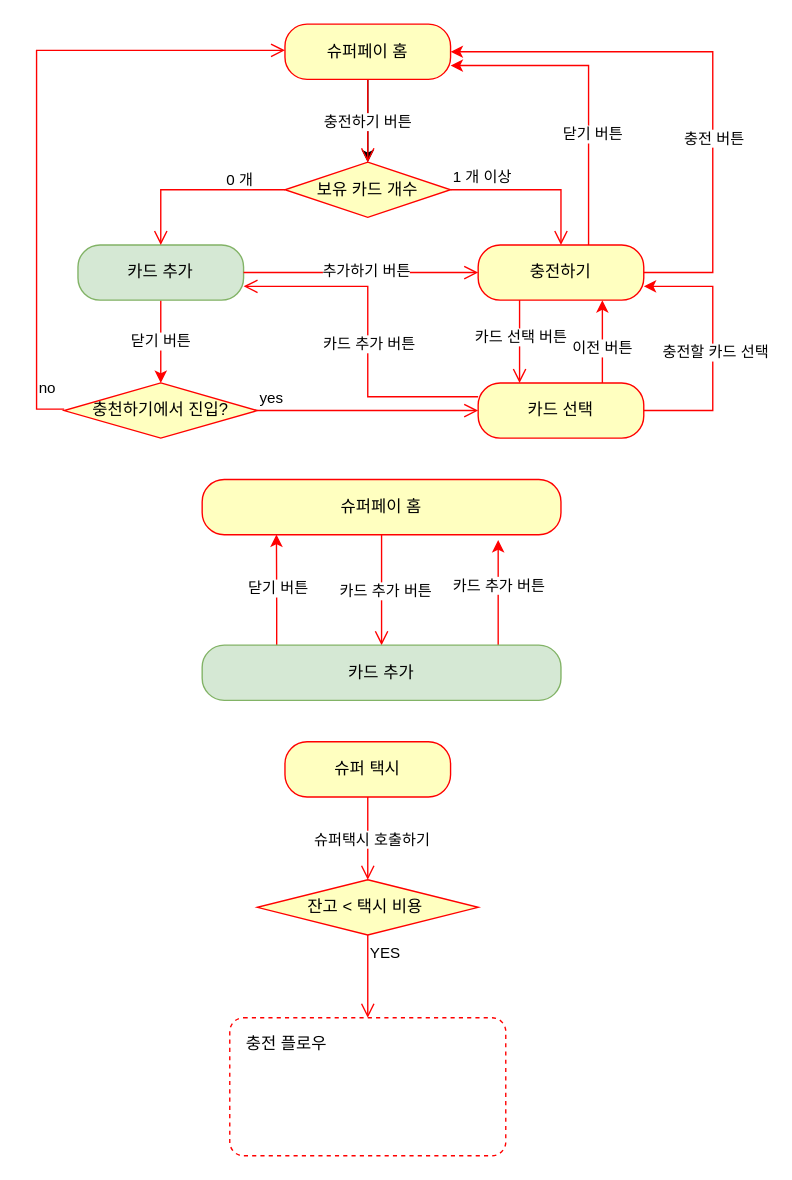
Before: page "충전플로우 - Topup RIB" (2 of 4) of SuperAppRIBTree.drawio in gookhee/diagrams, a draw.io diagram. Source tidied: cells renumbered, new cells numbered last; positions are measured from the earlier drawing's top-left corner, leaving out a move shared by most shapes. Both pictures are drawn from the tidied source at 138%, with x=0, y=0 at pixel (36, 23).
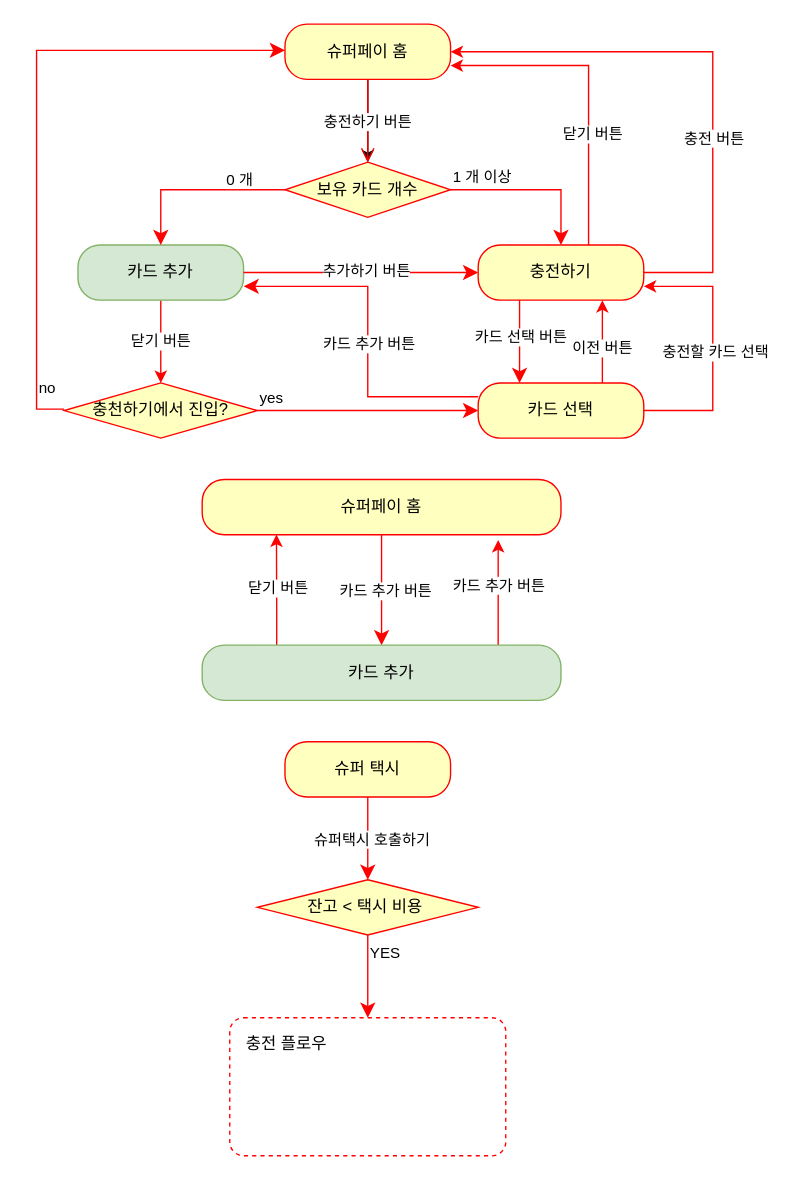
Above is the later version.

Unchanged cells that the change refers to:
```xml
<mxCell id="7" value="카드 추가" style="rounded=1;whiteSpace=wrap;html=1;arcSize=40;fillColor=#d5e8d4;strokeColor=#82b366;" parent="1" vertex="1">
  <mxGeometry x="30" y="160" width="120" height="40" as="geometry" />
</mxCell>
<mxCell id="14" value="충전하기" style="rounded=1;whiteSpace=wrap;html=1;arcSize=40;fontColor=#000000;fillColor=#ffffc0;strokeColor=#ff0000;" parent="1" vertex="1">
  <mxGeometry x="320" y="160" width="120" height="40" as="geometry" />
</mxCell>
<mxCell id="17" value="보유 카드 개수" style="rhombus;whiteSpace=wrap;html=1;fillColor=#ffffc0;strokeColor=#ff0000;" parent="1" vertex="1">
  <mxGeometry x="180" y="100" width="120" height="40" as="geometry" />
</mxCell>
<mxCell id="24" value="카드 선택" style="rounded=1;whiteSpace=wrap;html=1;arcSize=40;fontColor=#000000;fillColor=#ffffc0;strokeColor=#ff0000;" parent="1" vertex="1">
  <mxGeometry x="320" y="260" width="120" height="40" as="geometry" />
</mxCell>
<mxCell id="27" value="충천하기에서 진입?" style="rhombus;whiteSpace=wrap;html=1;fillColor=#ffffc0;strokeColor=#ff0000;" parent="1" vertex="1">
  <mxGeometry x="20" y="260" width="140" height="40" as="geometry" />
</mxCell>
<mxCell id="30" value="슈퍼페이 홈" style="rounded=1;whiteSpace=wrap;html=1;arcSize=40;fontColor=#000000;fillColor=#ffffc0;strokeColor=#ff0000;" parent="1" vertex="1">
  <mxGeometry x="120" y="330" width="260" height="40" as="geometry" />
</mxCell>
<mxCell id="37" value="카드 추가" style="rounded=1;whiteSpace=wrap;html=1;arcSize=40;fillColor=#d5e8d4;strokeColor=#82b366;" parent="1" vertex="1">
  <mxGeometry x="120" y="450" width="260" height="40" as="geometry" />
</mxCell>
<mxCell id="38" value="슈퍼 택시" style="rounded=1;whiteSpace=wrap;html=1;arcSize=40;fontColor=#000000;fillColor=#ffffc0;strokeColor=#ff0000;" parent="1" vertex="1">
  <mxGeometry x="180" y="520" width="120" height="40" as="geometry" />
</mxCell>
<mxCell id="41" value="잔고 &amp;lt; 택시 비용&amp;nbsp;" style="rhombus;whiteSpace=wrap;html=1;fillColor=#ffffc0;strokeColor=#ff0000;" parent="1" vertex="1">
  <mxGeometry x="160" y="620" width="160" height="40" as="geometry" />
</mxCell>
```

Change to the diagram source:
```diff
@@
-    <mxCell id="8" style="edgeStyle=orthogonalEdgeStyle;html=1;verticalAlign=bottom;endArrow=open;endSize=8;strokeColor=#ff0000;rounded=0;exitX=1;exitY=0.5;exitDx=0;exitDy=0;entryX=0;entryY=0.5;entryDx=0;entryDy=0;" parent="1" edge="1" source="7" target="14">
+    <mxCell id="8" style="edgeStyle=orthogonalEdgeStyle;html=1;verticalAlign=bottom;endArrow=classic;endSize=8;strokeColor=#ff0000;rounded=0;exitX=1;exitY=0.5;exitDx=0;exitDy=0;entryX=0;entryY=0.5;entryDx=0;entryDy=0;endFill=1;" parent="1" edge="1" source="7" target="14">
       <mxGeometry relative="1" as="geometry" />
     </mxCell>
@@
-    <mxCell id="15" style="edgeStyle=orthogonalEdgeStyle;html=1;verticalAlign=bottom;endArrow=open;endSize=8;strokeColor=#ff0000;rounded=0;exitX=0.25;exitY=1;exitDx=0;exitDy=0;entryX=0.25;entryY=0;entryDx=0;entryDy=0;" parent="1" edge="1" source="14" target="24">
+    <mxCell id="15" style="edgeStyle=orthogonalEdgeStyle;html=1;verticalAlign=bottom;endArrow=classic;endSize=8;strokeColor=#ff0000;rounded=0;exitX=0.25;exitY=1;exitDx=0;exitDy=0;entryX=0.25;entryY=0;entryDx=0;entryDy=0;endFill=1;" parent="1" edge="1" source="14" target="24">
       <mxGeometry relative="1" as="geometry" />
     </mxCell>
@@
-    <mxCell id="18" value="1 개 이상" style="edgeStyle=orthogonalEdgeStyle;html=1;align=left;verticalAlign=bottom;endArrow=open;endSize=8;strokeColor=#ff0000;rounded=0;entryX=0.5;entryY=0;entryDx=0;entryDy=0;" parent="1" edge="1" source="17" target="14">
+    <mxCell id="18" value="1 개 이상" style="edgeStyle=orthogonalEdgeStyle;html=1;align=left;verticalAlign=bottom;endArrow=classic;endSize=8;strokeColor=#ff0000;rounded=0;entryX=0.5;entryY=0;entryDx=0;entryDy=0;endFill=1;" parent="1" edge="1" source="17" target="14">
       <mxGeometry x="-1" relative="1" as="geometry" />
     </mxCell>
-    <mxCell id="19" value="0 개" style="edgeStyle=orthogonalEdgeStyle;html=1;align=left;verticalAlign=top;endArrow=open;endSize=8;strokeColor=#ff0000;rounded=0;" parent="1" edge="1" source="17" target="7">
+    <mxCell id="19" value="0 개" style="edgeStyle=orthogonalEdgeStyle;html=1;align=left;verticalAlign=top;endArrow=classic;endSize=8;strokeColor=#ff0000;rounded=0;endFill=1;" parent="1" edge="1" source="17" target="7">
       <mxGeometry x="-0.33" y="-20" relative="1" as="geometry" />
     </mxCell>
@@
-    <mxCell id="25" style="edgeStyle=orthogonalEdgeStyle;html=1;verticalAlign=bottom;endArrow=open;endSize=8;strokeColor=#ff0000;rounded=0;entryX=1;entryY=0.75;entryDx=0;entryDy=0;exitX=0;exitY=0.25;exitDx=0;exitDy=0;" parent="1" edge="1" source="24" target="7">
+    <mxCell id="25" style="edgeStyle=orthogonalEdgeStyle;html=1;verticalAlign=bottom;endArrow=classic;endSize=8;strokeColor=#ff0000;rounded=0;entryX=1;entryY=0.75;entryDx=0;entryDy=0;exitX=0;exitY=0.25;exitDx=0;exitDy=0;endFill=1;" parent="1" edge="1" source="24" target="7">
       <mxGeometry relative="1" as="geometry">
         <Array as="points">
           <mxPoint x="240" y="270" />
           <mxPoint x="240" y="190" />
         </Array>
       </mxGeometry>
     </mxCell>
@@
-    <mxCell id="28" value="yes" style="edgeStyle=orthogonalEdgeStyle;html=1;align=left;verticalAlign=bottom;endArrow=open;endSize=8;strokeColor=#ff0000;rounded=0;entryX=0;entryY=0.5;entryDx=0;entryDy=0;" parent="1" edge="1" source="27" target="24">
+    <mxCell id="28" value="yes" style="edgeStyle=orthogonalEdgeStyle;html=1;align=left;verticalAlign=bottom;endArrow=classic;endSize=8;strokeColor=#ff0000;rounded=0;entryX=0;entryY=0.5;entryDx=0;entryDy=0;endFill=1;" parent="1" edge="1" source="27" target="24">
       <mxGeometry x="-1" relative="1" as="geometry">
         <Array as="points">
           <mxPoint x="290" y="280" />
           <mxPoint x="290" y="280" />
         </Array>
       </mxGeometry>
     </mxCell>
-    <mxCell id="29" value="no" style="edgeStyle=orthogonalEdgeStyle;html=1;align=left;verticalAlign=top;endArrow=open;endSize=8;strokeColor=#ff0000;rounded=0;entryX=0;entryY=0.5;entryDx=0;entryDy=0;" parent="1" edge="1">
+    <mxCell id="29" value="no" style="edgeStyle=orthogonalEdgeStyle;html=1;align=left;verticalAlign=top;endArrow=classic;endSize=8;strokeColor=#ff0000;rounded=0;entryX=0;entryY=0.5;entryDx=0;entryDy=0;endFill=1;" parent="1" edge="1">
       <mxGeometry x="-0.79" relative="1" as="geometry">
         <mxPoint x="20" y="279" as="sourcePoint" />
         <mxPoint x="180" y="19" as="targetPoint" />
         <Array as="points">
           <mxPoint y="279" />
           <mxPoint y="19" />
         </Array>
       </mxGeometry>
     </mxCell>
@@
-    <mxCell id="31" style="edgeStyle=orthogonalEdgeStyle;html=1;verticalAlign=bottom;endArrow=open;endSize=8;strokeColor=#ff0000;rounded=0;entryX=0.5;entryY=0;entryDx=0;entryDy=0;" parent="1" edge="1" source="30" target="37">
+    <mxCell id="31" style="edgeStyle=orthogonalEdgeStyle;html=1;verticalAlign=bottom;endArrow=classic;endSize=8;strokeColor=#ff0000;rounded=0;entryX=0.5;entryY=0;entryDx=0;entryDy=0;endFill=1;" parent="1" edge="1" source="30" target="37">
       <mxGeometry relative="1" as="geometry" />
     </mxCell>
@@
-    <mxCell id="39" style="edgeStyle=orthogonalEdgeStyle;html=1;verticalAlign=bottom;endArrow=open;endSize=8;strokeColor=#ff0000;rounded=0;" parent="1" edge="1" source="38">
+    <mxCell id="39" style="edgeStyle=orthogonalEdgeStyle;html=1;verticalAlign=bottom;endArrow=classic;endSize=8;strokeColor=#ff0000;rounded=0;endFill=1;" parent="1" edge="1" source="38">
       <mxGeometry relative="1" as="geometry">
         <mxPoint x="240" y="620" as="targetPoint" />
       </mxGeometry>
     </mxCell>
@@
-    <mxCell id="42" value="YES" style="edgeStyle=orthogonalEdgeStyle;html=1;align=left;verticalAlign=top;endArrow=open;endSize=8;strokeColor=#ff0000;rounded=0;" parent="1" edge="1" source="41">
+    <mxCell id="42" value="YES" style="edgeStyle=orthogonalEdgeStyle;html=1;align=left;verticalAlign=top;endArrow=classic;endSize=8;strokeColor=#ff0000;rounded=0;endFill=1;" parent="1" edge="1" source="41">
       <mxGeometry x="-1" relative="1" as="geometry">
         <mxPoint x="240" y="720" as="targetPoint" />
       </mxGeometry>
     </mxCell>
```
